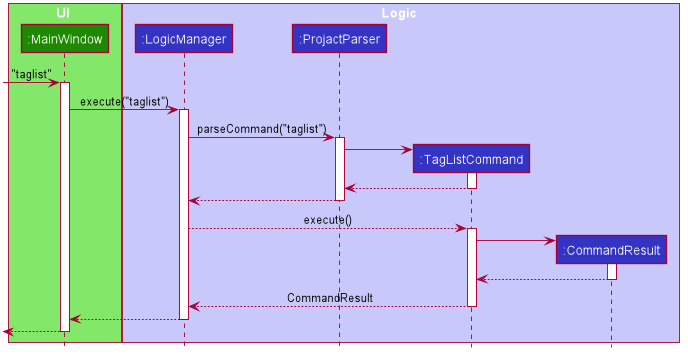
Before: docs/images/TagListSequenceDiagram.png, a diagram exported from PlantUML (siqiang-ng/tp).
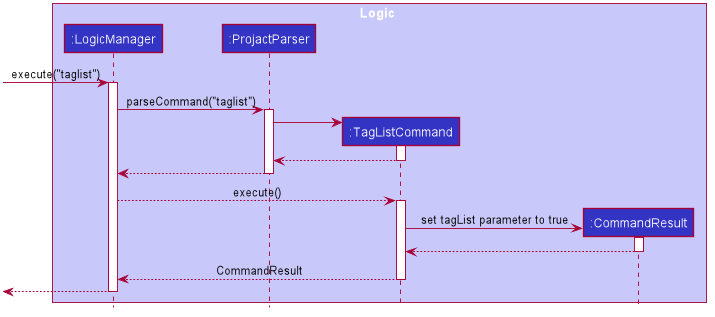
The same file after the commit.

Commit message:
Update the sequence diagram of SortContactCommand

Change to the diagram source:
```diff
@@ -48,10 +48,6 @@
 hide members
 hide circle
 
-box UI #83E769
-participant ":MainWindow" as MainWindow #1D8900
-end box
-
 box Logic #C8C8FA
 participant ":LogicManager" as LogicManager #3333C4
 participant ":ProjactParser" as ProjactParser #3333C4
@@ -59,10 +55,7 @@
 participant ":CommandResult" as CommandResult #3333C4
 end box
 
-[-> MainWindow: "taglist"
-activate MainWindow
-
-MainWindow -> LogicManager: execute("taglist")
+[-> LogicManager : execute("taglist")
 activate LogicManager
 
 LogicManager -> ProjactParser : parseCommand("taglist")
@@ -82,7 +75,7 @@
 activate TagListCommand
 
 create CommandResult
-TagListCommand -> CommandResult
+TagListCommand -> CommandResult : set tagList parameter to true
 activate CommandResult
 
 CommandResult --> TagListCommand
@@ -91,9 +84,7 @@
 TagListCommand --> LogicManager : CommandResult
 deactivate TagListCommand
 
-LogicManager --> MainWindow
+LogicManager -->[
 deactivate LogicManager
 
-[<-- MainWindow
-deactivate MainWindow
 @enduml
```
